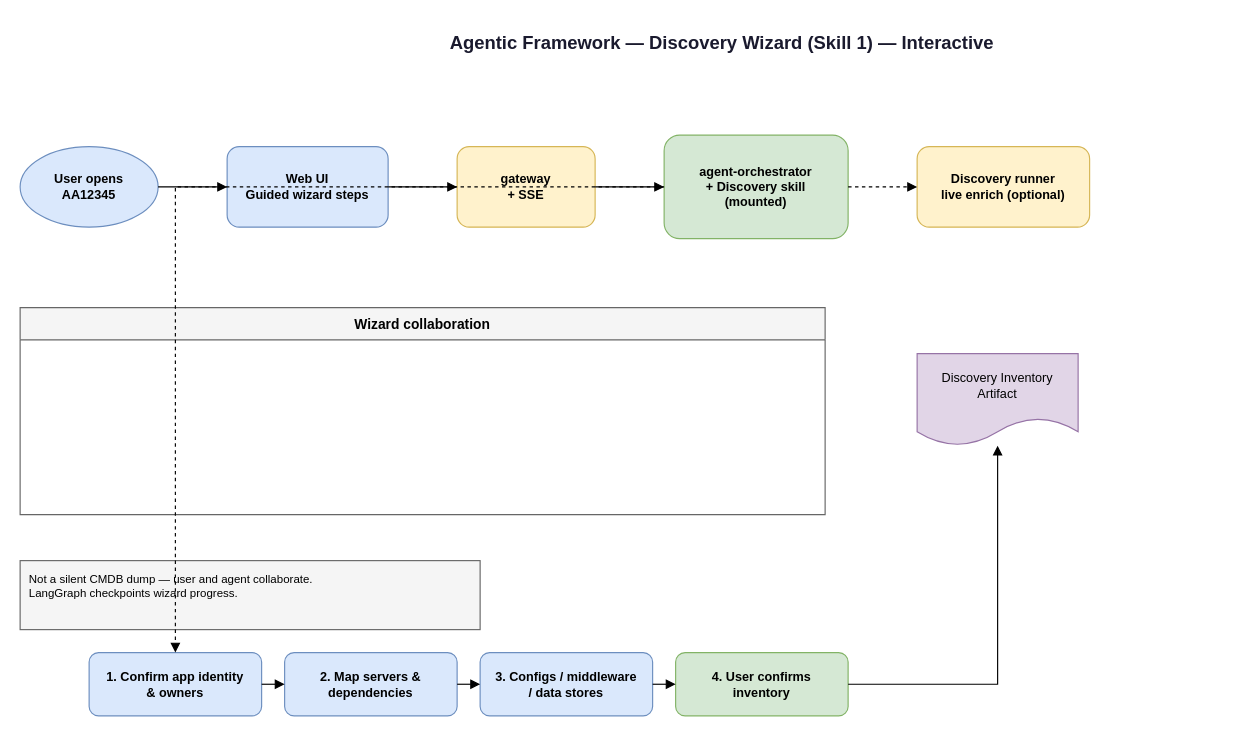
Before: docs/06-discovery-wizard.drawio in shivank22/ICE, a draw.io diagram. Source tidied: cells renumbered, new cells numbered last; positions are measured from the earlier drawing's top-left corner, leaving out a move shared by most shapes. Both pictures are drawn from the tidied source at 115%, with x=0, y=0 at pixel (20, 20).
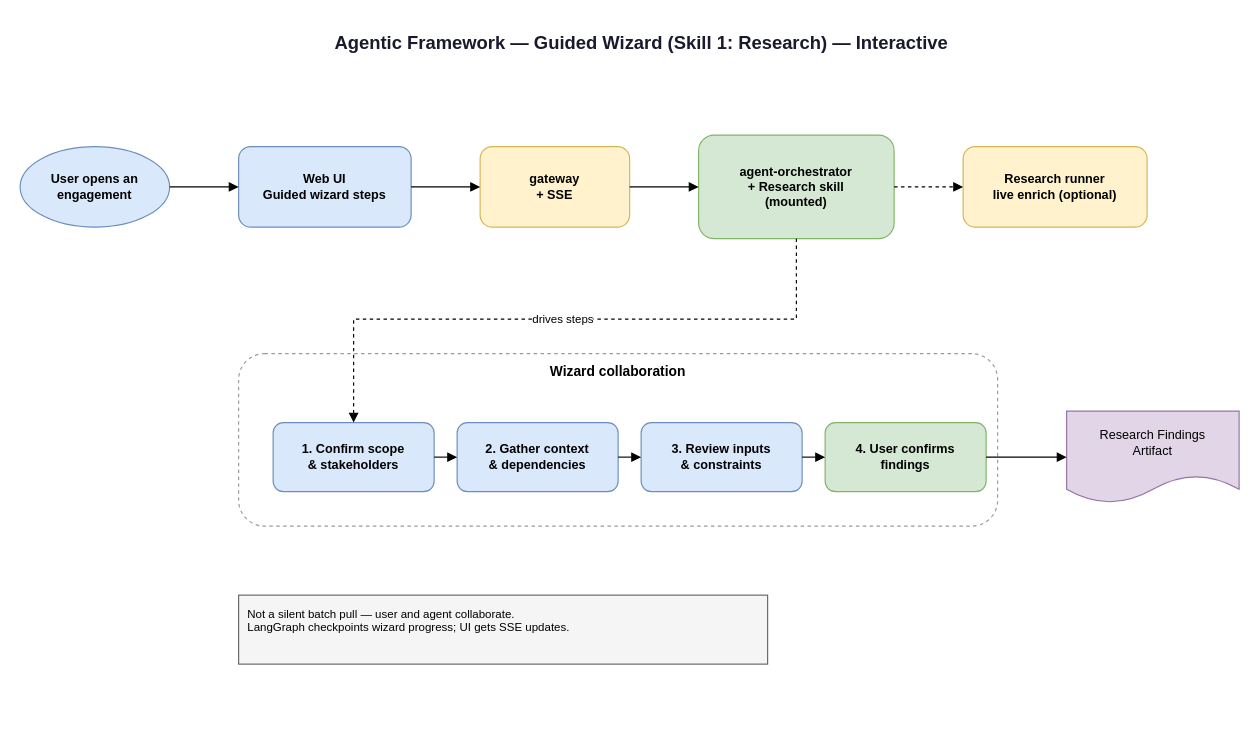
After the change.

Change to the diagram source:
```diff
@@
-    <mxCell id="2" value="Agentic Framework — Discovery Wizard (Skill 1) — Interactive" style="text;html=1;strokeColor=none;fillColor=none;align=center;verticalAlign=middle;fontStyle=1;fontSize=16;fontColor=#1a1a2e;" parent="1" vertex="1">
-      <mxGeometry x="160" width="900" height="40" as="geometry" />
+    <mxCell id="2" value="Agentic Framework — Guided Wizard (Skill 1: Research) — Interactive" style="text;html=1;strokeColor=none;fillColor=none;align=center;verticalAlign=middle;fontStyle=1;fontSize=16;fontColor=#1a1a2e;" parent="1" vertex="1">
+      <mxGeometry x="90" width="900" height="40" as="geometry" />
     </mxCell>
-    <mxCell id="3" value="User opens&#10;AA12345" style="ellipse;whiteSpace=wrap;html=1;fillColor=#dae8fc;strokeColor=#6c8ebf;fontStyle=1;fontSize=11;" parent="1" vertex="1">
-      <mxGeometry y="110" width="120" height="70" as="geometry" />
+    <mxCell id="3" value="User opens an&#10;engagement" style="ellipse;whiteSpace=wrap;html=1;fontSize=11;fontStyle=1;fillColor=#dae8fc;strokeColor=#6c8ebf;" parent="1" vertex="1">
+      <mxGeometry y="110" width="130" height="70" as="geometry" />
     </mxCell>
-    <mxCell id="4" value="Web UI&#10;Guided wizard steps" style="rounded=1;whiteSpace=wrap;html=1;fillColor=#dae8fc;strokeColor=#6c8ebf;fontSize=11;fontStyle=1;" parent="1" vertex="1">
-      <mxGeometry x="180" y="110" width="140" height="70" as="geometry" />
+    <mxCell id="4" value="Web UI&#10;Guided wizard steps" style="rounded=1;whiteSpace=wrap;html=1;fontSize=11;fontStyle=1;fillColor=#dae8fc;strokeColor=#6c8ebf;" parent="1" vertex="1">
+      <mxGeometry x="190" y="110" width="150" height="70" as="geometry" />
     </mxCell>
-    <mxCell id="5" value="gateway&#10;+ SSE" style="rounded=1;whiteSpace=wrap;html=1;fillColor=#fff2cc;strokeColor=#d6b656;fontSize=11;fontStyle=1;" parent="1" vertex="1">
-      <mxGeometry x="380" y="110" width="120" height="70" as="geometry" />
+    <mxCell id="5" value="gateway&#10;+ SSE" style="rounded=1;whiteSpace=wrap;html=1;fontSize=11;fontStyle=1;fillColor=#fff2cc;strokeColor=#d6b656;" parent="1" vertex="1">
+      <mxGeometry x="400" y="110" width="130" height="70" as="geometry" />
     </mxCell>
-    <mxCell id="6" value="agent-orchestrator&#10;+ Discovery skill&#10;(mounted)" style="rounded=1;whiteSpace=wrap;html=1;fillColor=#d5e8d4;strokeColor=#82b366;fontSize=11;fontStyle=1;" parent="1" vertex="1">
-      <mxGeometry x="560" y="100" width="160" height="90" as="geometry" />
-    </mxCell>
-    <mxCell id="7" value="Discovery runner&#10;live enrich (optional)" style="rounded=1;whiteSpace=wrap;html=1;fillColor=#fff2cc;strokeColor=#d6b656;fontSize=11;fontStyle=1;" parent="1" vertex="1">
-      <mxGeometry x="780" y="110" width="150" height="70" as="geometry" />
-    </mxCell>
+    <mxCell id="24" value="agent-orchestrator&#10;+ Research skill&#10;(mounted)" style="rounded=1;whiteSpace=wrap;html=1;fontSize=11;fontStyle=1;fillColor=#d5e8d4;strokeColor=#82b366;" parent="1" vertex="1">
+      <mxGeometry x="590" y="100" width="170" height="90" as="geometry" />
+    </mxCell>
+    <mxCell id="25" value="Research runner&#10;live enrich (optional)" style="rounded=1;whiteSpace=wrap;html=1;fontSize=11;fontStyle=1;fillColor=#fff2cc;strokeColor=#d6b656;" parent="1" vertex="1">
+      <mxGeometry x="820" y="110" width="160" height="70" as="geometry" />
+    </mxCell>
-    <mxCell id="8" value="Wizard collaboration" style="swimlane;startSize=28;fillColor=#f5f5f5;strokeColor=#666666;fontStyle=1;fontSize=12;" parent="1" vertex="1">
-      <mxGeometry y="250" width="700" height="180" as="geometry" />
+    <mxCell id="8" value="Wizard collaboration" style="rounded=1;whiteSpace=wrap;html=1;verticalAlign=top;fontStyle=1;fontSize=12;fillColor=none;strokeColor=#999999;dashed=1;spacingTop=2;" parent="1" vertex="1">
+      <mxGeometry x="190" y="290" width="660" height="150" as="geometry" />
     </mxCell>
-    <mxCell id="9" value="1. Confirm app identity&#10;&amp; owners" style="rounded=1;whiteSpace=wrap;html=1;fillColor=#dae8fc;strokeColor=#6c8ebf;fontSize=11;fontStyle=1;" parent="8" vertex="1">
-      <mxGeometry x="60" y="300" width="150" height="55" as="geometry" />
+    <mxCell id="9" value="1. Confirm scope&#10;&amp; stakeholders" style="rounded=1;whiteSpace=wrap;html=1;fontSize=11;fontStyle=1;fillColor=#dae8fc;strokeColor=#6c8ebf;" parent="1" vertex="1">
+      <mxGeometry x="220" y="350" width="140" height="60" as="geometry" />
     </mxCell>
-    <mxCell id="10" value="2. Map servers &amp;&#10;dependencies" style="rounded=1;whiteSpace=wrap;html=1;fillColor=#dae8fc;strokeColor=#6c8ebf;fontSize=11;fontStyle=1;" parent="8" vertex="1">
-      <mxGeometry x="230" y="300" width="150" height="55" as="geometry" />
+    <mxCell id="10" value="2. Gather context&#10;&amp; dependencies" style="rounded=1;whiteSpace=wrap;html=1;fontSize=11;fontStyle=1;fillColor=#dae8fc;strokeColor=#6c8ebf;" parent="1" vertex="1">
+      <mxGeometry x="380" y="350" width="140" height="60" as="geometry" />
     </mxCell>
-    <mxCell id="11" value="3. Configs / middleware&#10;/ data stores" style="rounded=1;whiteSpace=wrap;html=1;fillColor=#dae8fc;strokeColor=#6c8ebf;fontSize=11;fontStyle=1;" parent="8" vertex="1">
-      <mxGeometry x="400" y="300" width="150" height="55" as="geometry" />
+    <mxCell id="11" value="3. Review inputs&#10;&amp; constraints" style="rounded=1;whiteSpace=wrap;html=1;fontSize=11;fontStyle=1;fillColor=#dae8fc;strokeColor=#6c8ebf;" parent="1" vertex="1">
+      <mxGeometry x="540" y="350" width="140" height="60" as="geometry" />
     </mxCell>
-    <mxCell id="12" value="4. User confirms&#10;inventory" style="rounded=1;whiteSpace=wrap;html=1;fillColor=#d5e8d4;strokeColor=#82b366;fontSize=11;fontStyle=1;" parent="8" vertex="1">
-      <mxGeometry x="570" y="300" width="150" height="55" as="geometry" />
+    <mxCell id="12" value="4. User confirms&#10;findings" style="rounded=1;whiteSpace=wrap;html=1;fontSize=11;fontStyle=1;fillColor=#d5e8d4;strokeColor=#82b366;" parent="1" vertex="1">
+      <mxGeometry x="700" y="350" width="140" height="60" as="geometry" />
     </mxCell>
-    <mxCell id="13" value="Discovery Inventory&#10;Artifact" style="shape=document;whiteSpace=wrap;html=1;boundedLbl=1;fillColor=#e1d5e7;strokeColor=#9673a6;fontSize=11;" parent="1" vertex="1">
-      <mxGeometry x="780" y="290" width="140" height="80" as="geometry" />
-    </mxCell>
-    <mxCell id="14" value="Not a silent CMDB dump — user and agent collaborate.&#10;LangGraph checkpoints wizard progress." style="rounded=0;whiteSpace=wrap;html=1;align=left;verticalAlign=top;fillColor=#f5f5f5;strokeColor=#666666;fontSize=10;spacingLeft=6;spacingTop=4;" parent="1" vertex="1">
-      <mxGeometry y="470" width="400" height="60" as="geometry" />
-    </mxCell>
+    <mxCell id="26" value="Research Findings&#10;Artifact" style="shape=document;whiteSpace=wrap;html=1;boundedLbl=1;fontSize=11;fillColor=#e1d5e7;strokeColor=#9673a6;" parent="1" vertex="1">
+      <mxGeometry x="910" y="340" width="150" height="80" as="geometry" />
+    </mxCell>
+    <mxCell id="27" value="Not a silent batch pull — user and agent collaborate.&#10;LangGraph checkpoints wizard progress; UI gets SSE updates." style="rounded=0;whiteSpace=wrap;html=1;align=left;verticalAlign=top;fontSize=10;spacingLeft=6;spacingTop=4;fillColor=#f5f5f5;strokeColor=#666666;" parent="1" vertex="1">
+      <mxGeometry x="190" y="500" width="460" height="60" as="geometry" />
+    </mxCell>
-    <mxCell id="15" style="edgeStyle=orthogonalEdgeStyle;rounded=0;html=1;endArrow=block;endFill=1;strokeWidth=1;" parent="1" edge="1" source="3" target="4">
+    <mxCell id="15" style="edgeStyle=orthogonalEdgeStyle;rounded=0;html=1;endArrow=block;endFill=1;strokeWidth=1;fontSize=10;labelBackgroundColor=#ffffff;exitX=1;exitY=0.5;exitDx=0;exitDy=0;entryX=0;entryY=0.5;entryDx=0;entryDy=0;" parent="1" edge="1" source="3" target="4">
       <mxGeometry relative="1" as="geometry" />
     </mxCell>
-    <mxCell id="16" style="edgeStyle=orthogonalEdgeStyle;rounded=0;html=1;endArrow=block;endFill=1;strokeWidth=1;" parent="1" edge="1" source="4" target="5">
+    <mxCell id="16" style="edgeStyle=orthogonalEdgeStyle;rounded=0;html=1;endArrow=block;endFill=1;strokeWidth=1;fontSize=10;labelBackgroundColor=#ffffff;exitX=1;exitY=0.5;exitDx=0;exitDy=0;entryX=0;entryY=0.5;entryDx=0;entryDy=0;" parent="1" edge="1" source="4" target="5">
       <mxGeometry relative="1" as="geometry" />
     </mxCell>
-    <mxCell id="17" style="edgeStyle=orthogonalEdgeStyle;rounded=0;html=1;endArrow=block;endFill=1;strokeWidth=1;" parent="1" edge="1" source="5" target="6">
+    <mxCell id="17" style="edgeStyle=orthogonalEdgeStyle;rounded=0;html=1;endArrow=block;endFill=1;strokeWidth=1;fontSize=10;labelBackgroundColor=#ffffff;exitX=1;exitY=0.5;exitDx=0;exitDy=0;entryX=0;entryY=0.5;entryDx=0;entryDy=0;" parent="1" edge="1" source="5" target="24">
       <mxGeometry relative="1" as="geometry" />
     </mxCell>
-    <mxCell id="18" style="edgeStyle=orthogonalEdgeStyle;rounded=0;html=1;endArrow=block;endFill=1;dashed=1;strokeWidth=1;" parent="1" edge="1" source="6" target="7">
+    <mxCell id="18" style="edgeStyle=orthogonalEdgeStyle;rounded=0;html=1;endArrow=block;endFill=1;strokeWidth=1;fontSize=10;labelBackgroundColor=#ffffff;dashed=1;exitX=1;exitY=0.5;exitDx=0;exitDy=0;entryX=0;entryY=0.5;entryDx=0;entryDy=0;" parent="1" edge="1" source="24" target="25">
       <mxGeometry relative="1" as="geometry" />
     </mxCell>
-    <mxCell id="19" style="edgeStyle=orthogonalEdgeStyle;rounded=0;html=1;endArrow=block;endFill=1;dashed=1;strokeWidth=1;" parent="1" edge="1" source="6" target="9">
-      <mxGeometry relative="1" as="geometry" />
+    <mxCell id="19" value="drives steps" style="edgeStyle=orthogonalEdgeStyle;rounded=0;html=1;endArrow=block;endFill=1;strokeWidth=1;fontSize=10;labelBackgroundColor=#ffffff;dashed=1;exitX=0.5;exitY=1;exitDx=0;exitDy=0;entryX=0.5;entryY=0;entryDx=0;entryDy=0;" parent="1" edge="1" source="24" target="9">
+      <mxGeometry relative="1" as="geometry">
+        <Array as="points">
+          <mxPoint x="675" y="260" />
+          <mxPoint x="290" y="260" />
+        </Array>
+      </mxGeometry>
     </mxCell>
-    <mxCell id="20" style="edgeStyle=orthogonalEdgeStyle;rounded=0;html=1;endArrow=block;endFill=1;strokeWidth=1;" parent="1" edge="1" source="9" target="10">
+    <mxCell id="20" style="edgeStyle=orthogonalEdgeStyle;rounded=0;html=1;endArrow=block;endFill=1;strokeWidth=1;fontSize=10;labelBackgroundColor=#ffffff;exitX=1;exitY=0.5;exitDx=0;exitDy=0;entryX=0;entryY=0.5;entryDx=0;entryDy=0;" parent="1" edge="1" source="9" target="10">
       <mxGeometry relative="1" as="geometry" />
     </mxCell>
-    <mxCell id="21" style="edgeStyle=orthogonalEdgeStyle;rounded=0;html=1;endArrow=block;endFill=1;strokeWidth=1;" parent="1" edge="1" source="10" target="11">
+    <mxCell id="21" style="edgeStyle=orthogonalEdgeStyle;rounded=0;html=1;endArrow=block;endFill=1;strokeWidth=1;fontSize=10;labelBackgroundColor=#ffffff;exitX=1;exitY=0.5;exitDx=0;exitDy=0;entryX=0;entryY=0.5;entryDx=0;entryDy=0;" parent="1" edge="1" source="10" target="11">
       <mxGeometry relative="1" as="geometry" />
     </mxCell>
-    <mxCell id="22" style="edgeStyle=orthogonalEdgeStyle;rounded=0;html=1;endArrow=block;endFill=1;strokeWidth=1;" parent="1" edge="1" source="11" target="12">
+    <mxCell id="22" style="edgeStyle=orthogonalEdgeStyle;rounded=0;html=1;endArrow=block;endFill=1;strokeWidth=1;fontSize=10;labelBackgroundColor=#ffffff;exitX=1;exitY=0.5;exitDx=0;exitDy=0;entryX=0;entryY=0.5;entryDx=0;entryDy=0;" parent="1" edge="1" source="11" target="12">
       <mxGeometry relative="1" as="geometry" />
     </mxCell>
-    <mxCell id="23" style="edgeStyle=orthogonalEdgeStyle;rounded=0;html=1;endArrow=block;endFill=1;strokeWidth=1;" parent="1" edge="1" source="12" target="13">
+    <mxCell id="23" style="edgeStyle=orthogonalEdgeStyle;rounded=0;html=1;endArrow=block;endFill=1;strokeWidth=1;fontSize=10;labelBackgroundColor=#ffffff;exitX=1;exitY=0.5;exitDx=0;exitDy=0;entryX=0;entryY=0.5;entryDx=0;entryDy=0;" parent="1" edge="1" source="12" target="26">
       <mxGeometry relative="1" as="geometry" />
     </mxCell>
```
